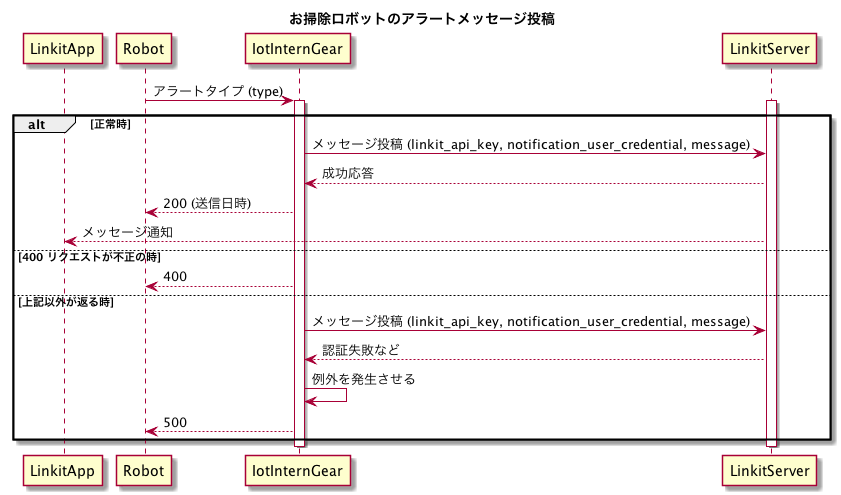
access-company/IoTIntern keeps this PlantUML diagram as doc/SequenceDiagram.png. Above is the earlier version.
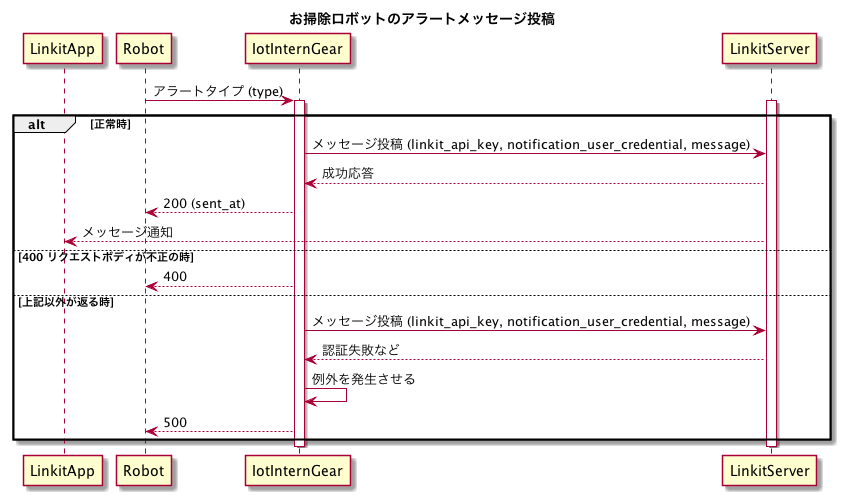
Above is the later version.

What changed in the source:
```diff
@@ -12,9 +12,9 @@
 alt 正常時
     IotInternGear -> LinkitServer: メッセージ投稿 (linkit_api_key, notification_user_credential, message)
     IotInternGear <-- LinkitServer: 成功応答
-    Robot <-- IotInternGear: 200 (送信日時)
+    Robot <-- IotInternGear: 200 (sent_at)
     LinkitApp <-- LinkitServer: メッセージ通知
-else 400 リクエストが不正の時
+else 400 リクエストボディが不正の時
     Robot <-- IotInternGear: 400
 else 上記以外が返る時
     IotInternGear -> LinkitServer: メッセージ投稿 (linkit_api_key, notification_user_credential, message)
```
